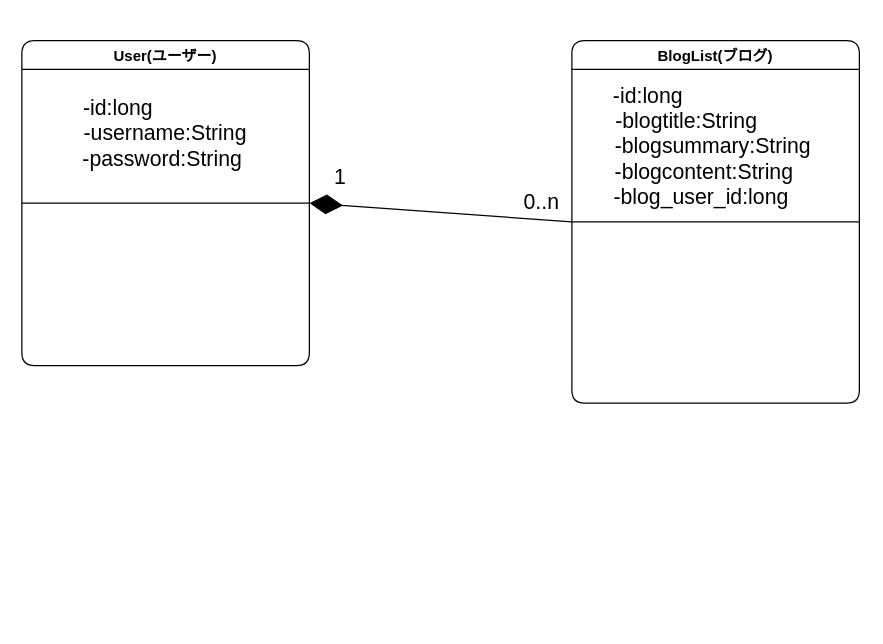
Earlier version of the draw.io diagram page "Page-4" (4 of 4) of graph/activity3.drawio (shitsumazyo/TestWeb). Source tidied: cells renumbered, new cells numbered last; positions are measured from the earlier drawing's top-left corner, leaving out a move shared by most shapes. Both pictures are drawn from the tidied source at 125%, with x=0, y=0 at pixel (21, 40).
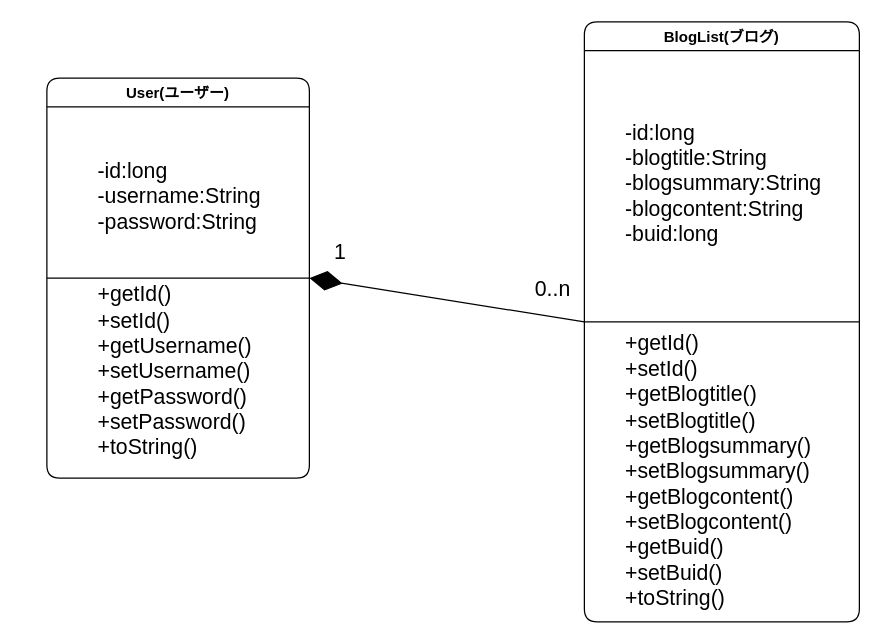
The same diagram, later.

What changed in the source:
```diff
@@
 <mxGraphModel>
   <root>
     <mxCell id="0" />
     <mxCell id="1" parent="0" />
     <mxCell id="2" value="User(ユーザー)" style="swimlane;rounded=1;shadow=0;glass=0;sketch=0;fillColor=default;gradientColor=none;swimlaneLine=1;" parent="1" vertex="1">
-      <mxGeometry width="230" height="260" as="geometry" />
+      <mxGeometry x="20" y="30" width="210" height="320" as="geometry" />
     </mxCell>
-    <mxCell id="3" value="&lt;font style=&quot;font-size: 17px;&quot;&gt;-id:long&amp;nbsp; &amp;nbsp; &amp;nbsp; &amp;nbsp; &amp;nbsp; &amp;nbsp; &amp;nbsp; &amp;nbsp;&amp;nbsp;&lt;br&gt;-username:String&lt;br&gt;-password:String&amp;nbsp;&lt;/font&gt;" style="rounded=1;whiteSpace=wrap;html=1;shadow=0;glass=0;sketch=0;fillColor=none;gradientColor=none;strokeColor=none;" parent="2" vertex="1">
-      <mxGeometry x="31.2" width="167.5" height="150" as="geometry" />
+    <mxCell id="3" value="&lt;font style=&quot;font-size: 17px;&quot;&gt;-id:long&amp;nbsp; &amp;nbsp; &amp;nbsp; &amp;nbsp; &amp;nbsp; &amp;nbsp; &amp;nbsp; &amp;nbsp;&amp;nbsp;&lt;br&gt;-username:String&lt;br&gt;-password:String&amp;nbsp;&lt;/font&gt;" style="rounded=1;whiteSpace=wrap;html=1;shadow=0;glass=0;sketch=0;fillColor=none;gradientColor=none;strokeColor=none;align=left;" parent="2" vertex="1">
+      <mxGeometry x="38.8" y="20" width="167.5" height="150" as="geometry" />
     </mxCell>
+    <mxCell id="11" value="+getId()&lt;br&gt;+setId()&lt;br&gt;+getUsername()&lt;br&gt;+setUsername()&lt;br&gt;+getPassword()&lt;br&gt;+setPassword()&lt;br&gt;+toString()" style="rounded=0;whiteSpace=wrap;html=1;shadow=0;glass=0;sketch=0;fontSize=17;fillColor=none;gradientColor=none;align=left;strokeColor=none;" parent="2" vertex="1">
+      <mxGeometry x="38.8" y="150" width="150" height="170" as="geometry" />
+    </mxCell>
     <mxCell id="4" style="endArrow=none;html=1;rounded=0;exitX=0;exitY=0.5;exitDx=0;exitDy=0;entryX=1;entryY=0.5;entryDx=0;entryDy=0;" parent="1" edge="1" source="2" target="2">
       <mxGeometry relative="1" as="geometry" />
     </mxCell>
     <mxCell id="5" value="BlogList(ブログ)" style="swimlane;rounded=1;shadow=0;glass=0;sketch=0;fillColor=default;gradientColor=none;swimlaneLine=1;" parent="1" vertex="1">
-      <mxGeometry x="440" width="230" height="290" as="geometry" />
+      <mxGeometry x="450" y="-15" width="220" height="480" as="geometry" />
     </mxCell>
-    <mxCell id="6" value="&lt;font style=&quot;font-size: 17px;&quot;&gt;-id:long&amp;nbsp; &amp;nbsp; &amp;nbsp; &amp;nbsp; &amp;nbsp; &amp;nbsp; &amp;nbsp; &amp;nbsp; &amp;nbsp; &amp;nbsp; &amp;nbsp; &amp;nbsp;&lt;br&gt;&amp;nbsp;-blogtitle:String&amp;nbsp; &amp;nbsp; &amp;nbsp; &amp;nbsp; &amp;nbsp; &amp;nbsp;&lt;br&gt;-blogsummary:String&amp;nbsp;&lt;br&gt;-blogcontent:String&amp;nbsp; &amp;nbsp;&amp;nbsp;&lt;br&gt;-blog_user_id:long&amp;nbsp; &amp;nbsp; &amp;nbsp;&lt;br&gt;&lt;/font&gt;" style="rounded=1;whiteSpace=wrap;html=1;shadow=0;glass=0;sketch=0;fillColor=none;gradientColor=none;strokeColor=none;" parent="5" vertex="1">
-      <mxGeometry x="20.6" y="10" width="188.8" height="150" as="geometry" />
+    <mxCell id="6" value="&lt;div style=&quot;&quot;&gt;&lt;span style=&quot;font-size: 17px; background-color: initial;&quot;&gt;-id:long&amp;nbsp; &amp;nbsp; &amp;nbsp; &amp;nbsp; &amp;nbsp; &amp;nbsp; &amp;nbsp; &amp;nbsp; &amp;nbsp; &amp;nbsp; &amp;nbsp; &amp;nbsp;&lt;/span&gt;&lt;/div&gt;&lt;font style=&quot;font-size: 17px;&quot;&gt;&lt;div style=&quot;&quot;&gt;&lt;span style=&quot;background-color: initial;&quot;&gt;-blogtitle:String&amp;nbsp; &amp;nbsp; &amp;nbsp; &amp;nbsp; &amp;nbsp; &amp;nbsp;&lt;/span&gt;&lt;/div&gt;&lt;div style=&quot;&quot;&gt;&lt;span style=&quot;background-color: initial;&quot;&gt;-blogsummary:String&amp;nbsp;&lt;/span&gt;&lt;/div&gt;&lt;div style=&quot;&quot;&gt;&lt;span style=&quot;background-color: initial;&quot;&gt;-blogcontent:String&amp;nbsp; &amp;nbsp;&amp;nbsp;&lt;/span&gt;&lt;/div&gt;&lt;div style=&quot;&quot;&gt;&lt;span style=&quot;background-color: initial;&quot;&gt;-buid:long&amp;nbsp; &amp;nbsp; &amp;nbsp;&lt;/span&gt;&lt;/div&gt;&lt;/font&gt;" style="rounded=1;whiteSpace=wrap;html=1;shadow=0;glass=0;sketch=0;fillColor=none;gradientColor=none;strokeColor=none;align=left;" parent="5" vertex="1">
+      <mxGeometry x="31.2" y="55" width="188.8" height="150" as="geometry" />
     </mxCell>
-    <mxCell id="7" value="0..n" style="rounded=0;whiteSpace=wrap;html=1;shadow=0;glass=0;sketch=0;fontSize=17;fillColor=none;gradientColor=none;strokeColor=none;" parent="5" vertex="1">
-      <mxGeometry x="-69.4" y="110" width="90" height="40" as="geometry" />
-    </mxCell>
+    <mxCell id="12" value="+getId()&lt;br&gt;+setId()&lt;br&gt;+getBlogtitle()&lt;br&gt;+setBlogtitle()&lt;br&gt;+getBlogsummary()&lt;br&gt;+setBlogsummary()&lt;br&gt;+getBlogcontent()&lt;br&gt;+setBlogcontent()&lt;br&gt;+getBuid()&lt;br&gt;+setBuid()&lt;br&gt;+toString()" style="rounded=0;whiteSpace=wrap;html=1;shadow=0;glass=0;sketch=0;fontSize=17;fillColor=none;gradientColor=none;align=left;strokeColor=none;" parent="5" vertex="1">
+      <mxGeometry x="31.2" y="240" width="170" height="240" as="geometry" />
+    </mxCell>
     <mxCell id="8" style="endArrow=none;html=1;rounded=0;exitX=0;exitY=0.5;exitDx=0;exitDy=0;entryX=1;entryY=0.5;entryDx=0;entryDy=0;" parent="1" edge="1" source="5" target="5">
       <mxGeometry relative="1" as="geometry" />
     </mxCell>
     <mxCell id="9" style="endArrow=diamondThin;endFill=1;endSize=24;html=1;rounded=0;fontSize=17;entryX=1;entryY=0.5;entryDx=0;entryDy=0;exitX=0;exitY=0.5;exitDx=0;exitDy=0;" parent="1" edge="1" source="5" target="2">
       <mxGeometry relative="1" as="geometry" />
     </mxCell>
     <mxCell id="10" value="1" style="rounded=0;whiteSpace=wrap;html=1;shadow=0;glass=0;sketch=0;fontSize=17;fillColor=none;gradientColor=none;strokeColor=none;" parent="1" vertex="1">
-      <mxGeometry x="210" y="90" width="90" height="40" as="geometry" />
+      <mxGeometry x="210" y="150" width="90" height="40" as="geometry" />
     </mxCell>
+    <mxCell id="7" value="0..n" style="rounded=0;whiteSpace=wrap;html=1;shadow=0;glass=0;sketch=0;fontSize=17;fillColor=none;gradientColor=none;strokeColor=none;" parent="1" vertex="1">
+      <mxGeometry x="380" y="180" width="90" height="40" as="geometry" />
+    </mxCell>
   </root>
 </mxGraphModel>
```
